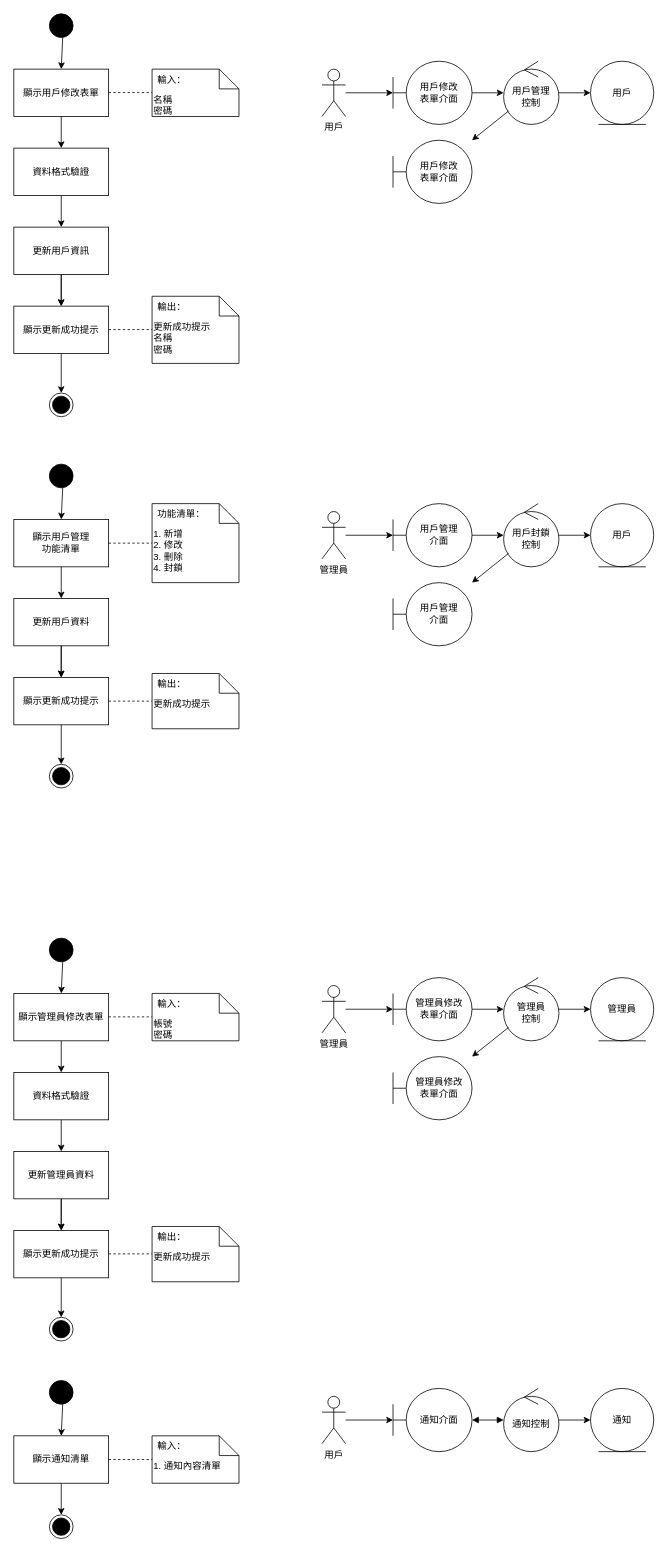
Above: SA_final.drawio in Miinteaa/Miinteaa (draw.io), before the change. Source tidied: cells renumbered, new cells numbered last; positions are measured from the earlier drawing's top-left corner, leaving out a move shared by most shapes. Both pictures are drawn from the tidied source at 79%, with x=0, y=0 at pixel (13, 13).
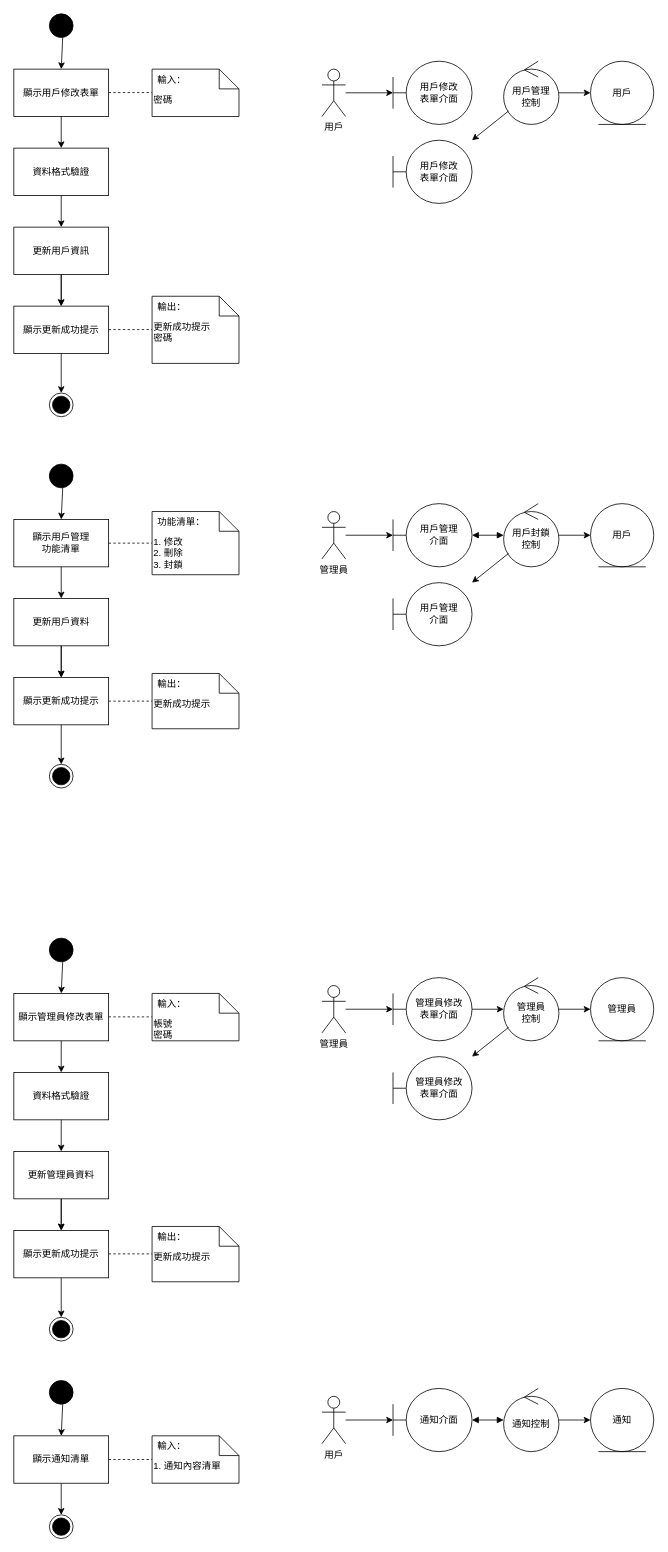
After the change.

Unchanged cells that the change refers to:
```xml
<mxCell id="56" value="用戶修改&lt;br&gt;表單介面" style="shape=umlBoundary;whiteSpace=wrap;html=1;" parent="1" vertex="1">
  <mxGeometry x="480" y="60" width="100" height="80" as="geometry" />
</mxCell>
<mxCell id="59" value="用戶管理&lt;br&gt;控制" style="ellipse;shape=umlControl;whiteSpace=wrap;html=1;" parent="1" vertex="1">
  <mxGeometry x="620" y="60" width="70" height="80" as="geometry" />
</mxCell>
<mxCell id="64" value="用戶管理&lt;br&gt;介面" style="shape=umlBoundary;whiteSpace=wrap;html=1;" parent="1" vertex="1">
  <mxGeometry x="480" y="620" width="100" height="80" as="geometry" />
</mxCell>
<mxCell id="67" value="用戶封鎖&lt;br&gt;控制" style="ellipse;shape=umlControl;whiteSpace=wrap;html=1;" parent="1" vertex="1">
  <mxGeometry x="620" y="620" width="70" height="80" as="geometry" />
</mxCell>
```

What changed in the source:
```diff
@@
-    <mxCell id="3" value="名稱&lt;br&gt;密碼" style="shape=note2;boundedLbl=1;whiteSpace=wrap;html=1;size=25;verticalAlign=top;align=left;" parent="1" vertex="1">
+    <mxCell id="3" value="密碼" style="shape=note2;boundedLbl=1;whiteSpace=wrap;html=1;size=25;verticalAlign=top;align=left;" parent="1" vertex="1">
       <mxGeometry x="175" y="70" width="110" height="60" as="geometry" />
     </mxCell>
@@
-    <mxCell id="14" value="更新成功提示&lt;br&gt;名稱&lt;br&gt;密碼" style="shape=note2;boundedLbl=1;whiteSpace=wrap;html=1;size=25;verticalAlign=top;align=left;" parent="1" vertex="1">
+    <mxCell id="14" value="更新成功提示&lt;br&gt;密碼" style="shape=note2;boundedLbl=1;whiteSpace=wrap;html=1;size=25;verticalAlign=top;align=left;" parent="1" vertex="1">
       <mxGeometry x="175" y="357.5" width="110" height="85" as="geometry" />
     </mxCell>
@@
-    <mxCell id="19" value="1. 新增&lt;br&gt;2. 修改&lt;br&gt;3. 刪除&lt;br&gt;4. 封鎖" style="shape=note2;boundedLbl=1;whiteSpace=wrap;html=1;size=25;verticalAlign=top;align=left;" parent="1" vertex="1">
-      <mxGeometry x="175" y="620" width="110" height="100" as="geometry" />
+    <mxCell id="19" value="1. 修改&lt;br&gt;2. 刪除&lt;br&gt;3. 封鎖" style="shape=note2;boundedLbl=1;whiteSpace=wrap;html=1;size=25;verticalAlign=top;align=left;" parent="1" vertex="1">
+      <mxGeometry x="175" y="630" width="110" height="80" as="geometry" />
     </mxCell>
@@
-    <mxCell id="86" style="endArrow=classic;html=1;rounded=0;" parent="1" edge="1" source="56" target="59">
-      <mxGeometry relative="1" as="geometry" />
-    </mxCell>
-    <mxCell id="87" style="endArrow=classic;html=1;rounded=0;" parent="1" edge="1" source="64" target="67">
-      <mxGeometry relative="1" as="geometry" />
-    </mxCell>
@@
+    <mxCell id="87" style="endArrow=block;startArrow=block;endFill=1;startFill=1;html=1;rounded=0;" parent="1" edge="1" source="64" target="67">
+      <mxGeometry relative="1" as="geometry" />
+    </mxCell>
```
